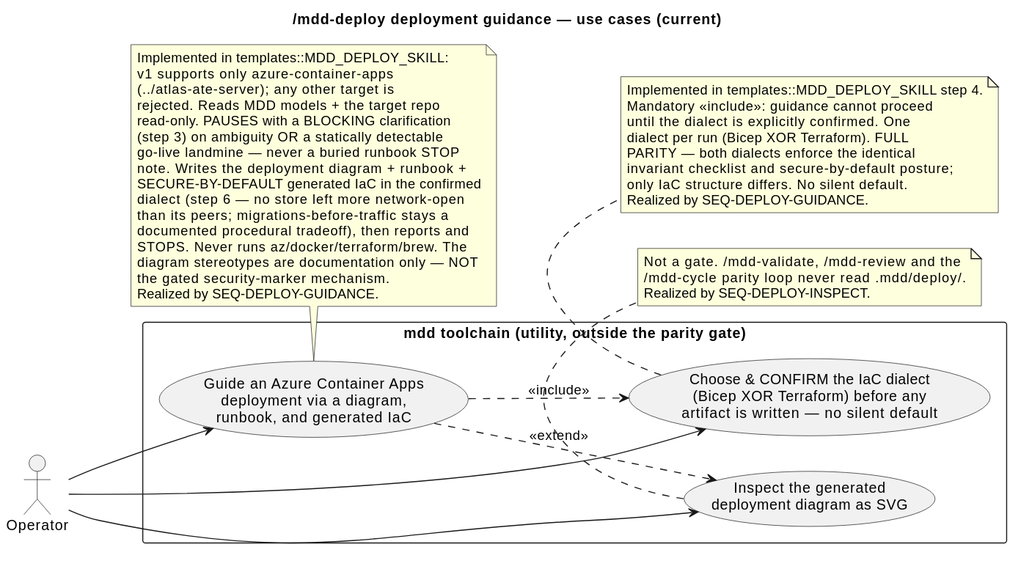
Earlier version of the PlantUML export .mdd/rendered/models/current/use-cases/deploy-guidance.svg (cthadeufaria/model-driven-development).
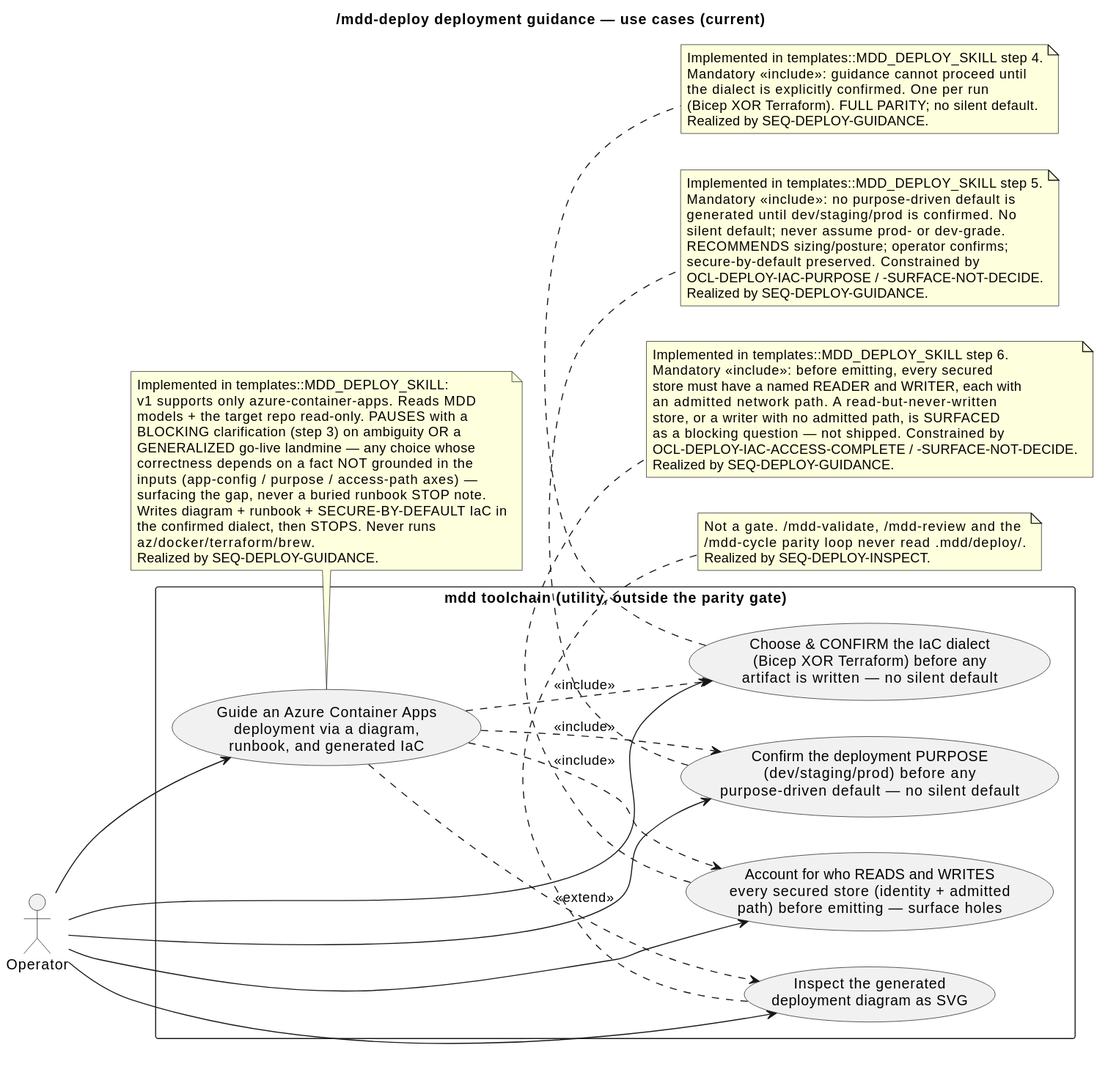
Above is the later version.

The edit, as a diff of the source:
```diff
@@ -8,43 +8,64 @@
 rectangle "mdd toolchain (utility, outside the parity gate)" {
   usecase "Guide an Azure Container Apps\ndeployment via a diagram,\nrunbook, and generated IaC" as Guide
   usecase "Choose & CONFIRM the IaC dialect\n(Bicep XOR Terraform) before any\nartifact is written — no silent default" as Dialect
+  usecase "Confirm the deployment PURPOSE\n(dev/staging/prod) before any\npurpose-driven default — no silent default" as Purpose
+  usecase "Account for who READS and WRITES\nevery secured store (identity + admitted\npath) before emitting — surface holes" as AccessCheck
   usecase "Inspect the generated\ndeployment diagram as SVG" as Inspect
 }
 
 Op --> Guide
 Op --> Dialect
+Op --> Purpose
+Op --> AccessCheck
 Op --> Inspect
 
 Guide ..> Dialect : <<include>>
+Guide ..> Purpose : <<include>>
+Guide ..> AccessCheck : <<include>>
 Guide ..> Inspect : <<extend>>
 
 note bottom of Guide
   Implemented in templates::MDD_DEPLOY_SKILL:
-  v1 supports only azure-container-apps
-  (../atlas-ate-server); any other target is
-  rejected. Reads MDD models + the target repo
-  read-only. PAUSES with a BLOCKING clarification
-  (step 3) on ambiguity OR a statically detectable
-  go-live landmine — never a buried runbook STOP
-  note. Writes the deployment diagram + runbook +
-  SECURE-BY-DEFAULT generated IaC in the confirmed
-  dialect (step 6 — no store left more network-open
-  than its peers; migrations-before-traffic stays a
-  documented procedural tradeoff), then reports and
-  STOPS. Never runs az/docker/terraform/brew. The
-  diagram stereotypes are documentation only — NOT
-  the gated security-marker mechanism.
+  v1 supports only azure-container-apps. Reads MDD
+  models + the target repo read-only. PAUSES with a
+  BLOCKING clarification (step 3) on ambiguity OR a
+  GENERALIZED go-live landmine — any choice whose
+  correctness depends on a fact NOT grounded in the
+  inputs (app-config / purpose / access-path axes) —
+  surfacing the gap, never a buried runbook STOP note.
+  Writes diagram + runbook + SECURE-BY-DEFAULT IaC in
+  the confirmed dialect, then STOPS. Never runs
+  az/docker/terraform/brew.
   Realized by SEQ-DEPLOY-GUIDANCE.
 end note
 
 note bottom of Dialect
   Implemented in templates::MDD_DEPLOY_SKILL step 4.
-  Mandatory <<include>>: guidance cannot proceed
-  until the dialect is explicitly confirmed. One
-  dialect per run (Bicep XOR Terraform). FULL
-  PARITY — both dialects enforce the identical
-  invariant checklist and secure-by-default posture;
-  only IaC structure differs. No silent default.
+  Mandatory <<include>>: guidance cannot proceed until
+  the dialect is explicitly confirmed. One per run
+  (Bicep XOR Terraform). FULL PARITY; no silent default.
+  Realized by SEQ-DEPLOY-GUIDANCE.
+end note
+
+note bottom of Purpose
+  Implemented in templates::MDD_DEPLOY_SKILL step 5.
+  Mandatory <<include>>: no purpose-driven default is
+  generated until dev/staging/prod is confirmed. No
+  silent default; never assume prod- or dev-grade.
+  RECOMMENDS sizing/posture; operator confirms;
+  secure-by-default preserved. Constrained by
+  OCL-DEPLOY-IAC-PURPOSE / -SURFACE-NOT-DECIDE.
+  Realized by SEQ-DEPLOY-GUIDANCE.
+end note
+
+note bottom of AccessCheck
+  Implemented in templates::MDD_DEPLOY_SKILL step 6.
+  Mandatory <<include>>: before emitting, every secured
+  store must have a named READER and WRITER, each with
+  an admitted network path. A read-but-never-written
+  store, or a writer with no admitted path, is SURFACED
+  as a blocking question — not shipped. Constrained by
+  OCL-DEPLOY-IAC-ACCESS-COMPLETE / -SURFACE-NOT-DECIDE.
   Realized by SEQ-DEPLOY-GUIDANCE.
 end note
 
```
